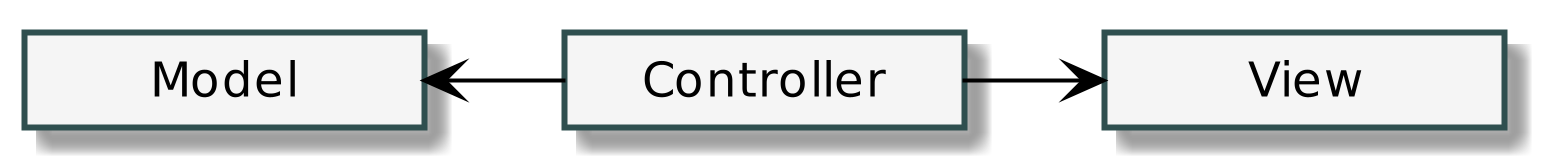
The PlantUML diagram Docs/logicalArchitecture.png in up201806330/Retrospective-Wall, before a commit.
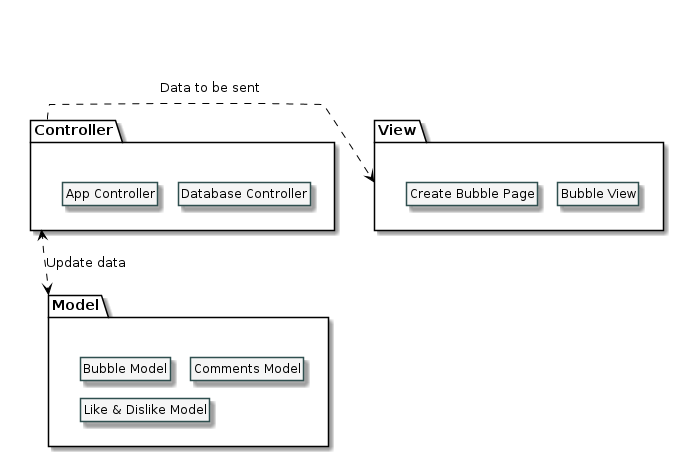
After the commit.

Commit message:
Generate PNG images for UML diagrams

Diff of the diagram source:
```diff
@@ -1,17 +1,29 @@
 @startuml logicalArchitecture
-scale 200
 skinparam linetype polyline
-skinparam minClassWidth 100
+skinparam ranksep 10
+skinparam nodesep 20
 skinparam classBackgroundColor WhiteSmoke
 skinparam classBorderColor DarkSlateGrey
 skinparam ArrowColor Black
 hide members
 hide circles
 
-class Controller
-class Model
-class View
+package Controller{
+    class "Database Controller"
+    class "App Controller"
+}
+package Model{
+    class "Bubble Model"
+    class "Comments Model"
+    class "Like & Dislike Model"
+}
+package View{
+    class "Bubble View"
+    class "Create Bubble Page"
+}
 
-Model <- Controller
-View <-right- Controller
+Controller -[hidden]->Model
+Model <.up.> Controller : Update data
+Controller .right.> View : Data to be sent
+
 @enduml
```
